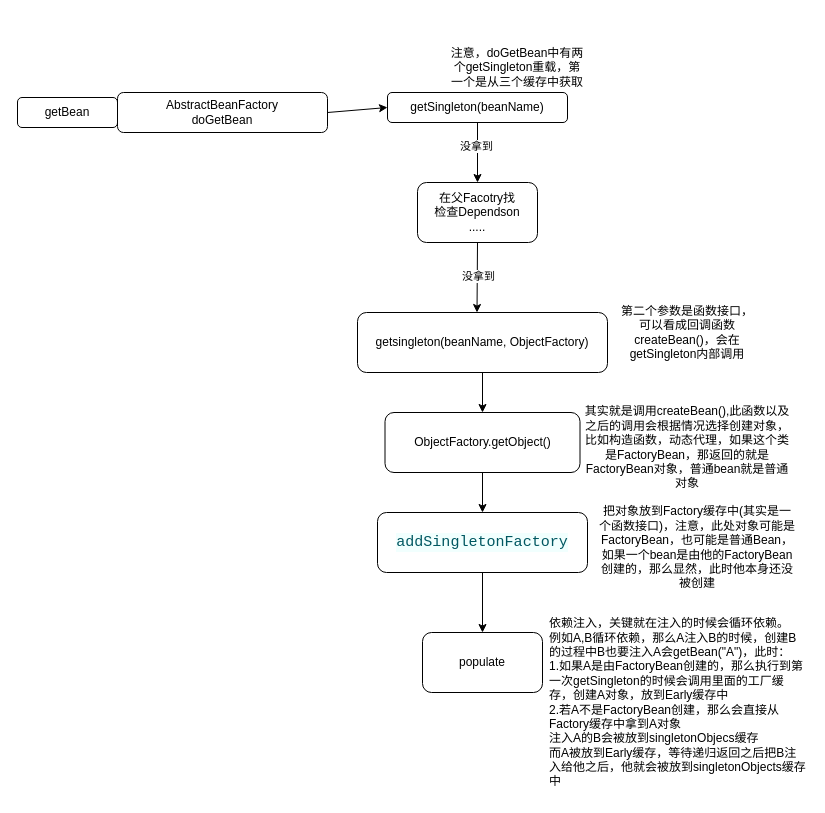
nullptr0xf/drawio keeps this draw.io diagram as spring解决单例循环依赖.drawio. Above is the earlier version. Source tidied: cells renumbered, new cells numbered last; positions are measured from the earlier drawing's top-left corner, leaving out a move shared by most shapes. Both pictures are drawn from the tidied source at 100%, with x=0, y=0 at pixel (17, 17).
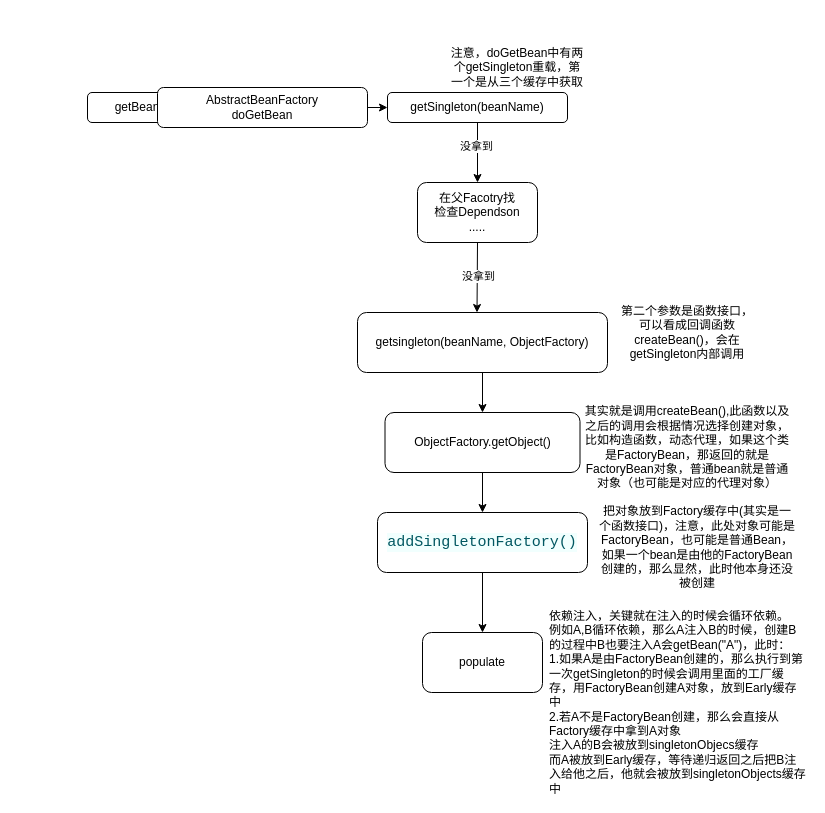
Above is the later version.

Commit message (it also covers changes not shown here):
更新spring解决单例循环依赖.drawio

What changed in the source:
```diff
@@
     <mxCell id="2" value="getBean" style="rounded=1;whiteSpace=wrap;html=1;" parent="1" vertex="1">
-      <mxGeometry y="80" width="100" height="30" as="geometry" />
+      <mxGeometry x="70" y="75" width="100" height="30" as="geometry" />
     </mxCell>
     <mxCell id="3" value="AbstractBeanFactory&lt;br&gt;doGetBean" style="rounded=1;whiteSpace=wrap;html=1;" parent="1" vertex="1">
-      <mxGeometry x="100" y="75" width="210" height="40" as="geometry" />
+      <mxGeometry x="140" y="70" width="210" height="40" as="geometry" />
     </mxCell>
@@
-    <mxCell id="17" value="其实就是调用createBean(),此函数以及之后的调用会根据情况选择创建对象，比如构造函数，动态代理，如果这个类是FactoryBean，那返回的就是FactoryBean对象，普通bean就是普通对象" style="text;html=1;strokeColor=none;fillColor=none;align=center;verticalAlign=middle;whiteSpace=wrap;rounded=0;" parent="1" vertex="1">
+    <mxCell id="17" value="其实就是调用createBean(),此函数以及之后的调用会根据情况选择创建对象，比如构造函数，动态代理，如果这个类是FactoryBean，那返回的就是FactoryBean对象，普通bean就是普通对象（也可能是对应的代理对象）" style="text;html=1;strokeColor=none;fillColor=none;align=center;verticalAlign=middle;whiteSpace=wrap;rounded=0;" parent="1" vertex="1">
       <mxGeometry x="565" y="375" width="210" height="110" as="geometry" />
     </mxCell>
@@
-    <mxCell id="19" value="&lt;div style=&quot;background-color:#f1fffe;color:#005761&quot;&gt;&lt;pre style=&quot;font-family:'JetBrains Mono',monospace;font-size:11.3pt;&quot;&gt;addSingletonFactory&lt;/pre&gt;&lt;/div&gt;" style="whiteSpace=wrap;html=1;rounded=1;" parent="1" vertex="1">
+    <mxCell id="19" value="&lt;div style=&quot;background-color:#f1fffe;color:#005761&quot;&gt;&lt;pre style=&quot;font-family:'JetBrains Mono',monospace;font-size:11.3pt;&quot;&gt;addSingletonFactory()&lt;/pre&gt;&lt;/div&gt;" style="whiteSpace=wrap;html=1;rounded=1;" parent="1" vertex="1">
       <mxGeometry x="360" y="495" width="210" height="60" as="geometry" />
     </mxCell>
@@
-    <mxCell id="22" value="依赖注入，关键就在注入的时候会循环依赖。&lt;br&gt;&lt;div style=&quot;&quot;&gt;&lt;span style=&quot;background-color: initial;&quot;&gt;例如A,B循环依赖，那么A注入B的时候，创建B的过程中B也要注入A会getBean(&quot;A&quot;)，此时：&lt;/span&gt;&lt;/div&gt;1.如果A是由FactoryBean创建的，那么执行到第一次getSingleton的时候会调用里面的工厂缓存，创建A对象，放到Early缓存中&lt;br&gt;2.若A不是FactoryBean创建，那么会直接从Factory缓存中拿到A对象&lt;br&gt;注入A的B会被放到singletonObjecs缓存&lt;br&gt;而A被放到Early缓存，等待递归返回之后把B注入给他之后，他就会被放到singletonObjects缓存中" style="text;html=1;strokeColor=none;fillColor=none;align=left;verticalAlign=middle;whiteSpace=wrap;rounded=0;" parent="1" vertex="1">
+    <mxCell id="22" value="依赖注入，关键就在注入的时候会循环依赖。&lt;br&gt;&lt;div style=&quot;&quot;&gt;&lt;span style=&quot;background-color: initial;&quot;&gt;例如A,B循环依赖，那么A注入B的时候，创建B的过程中B也要注入A会getBean(&quot;A&quot;)，此时：&lt;/span&gt;&lt;/div&gt;1.如果A是由FactoryBean创建的，那么执行到第一次getSingleton的时候会调用里面的工厂缓存，用FactoryBean创建A对象，放到Early缓存中&lt;br&gt;2.若A不是FactoryBean创建，那么会直接从Factory缓存中拿到A对象&lt;br&gt;注入A的B会被放到singletonObjecs缓存&lt;br&gt;而A被放到Early缓存，等待递归返回之后把B注入给他之后，他就会被放到singletonObjects缓存中" style="text;html=1;strokeColor=none;fillColor=none;align=left;verticalAlign=middle;whiteSpace=wrap;rounded=0;" parent="1" vertex="1">
       <mxGeometry x="530" y="600" width="260" height="170" as="geometry" />
     </mxCell>
```
